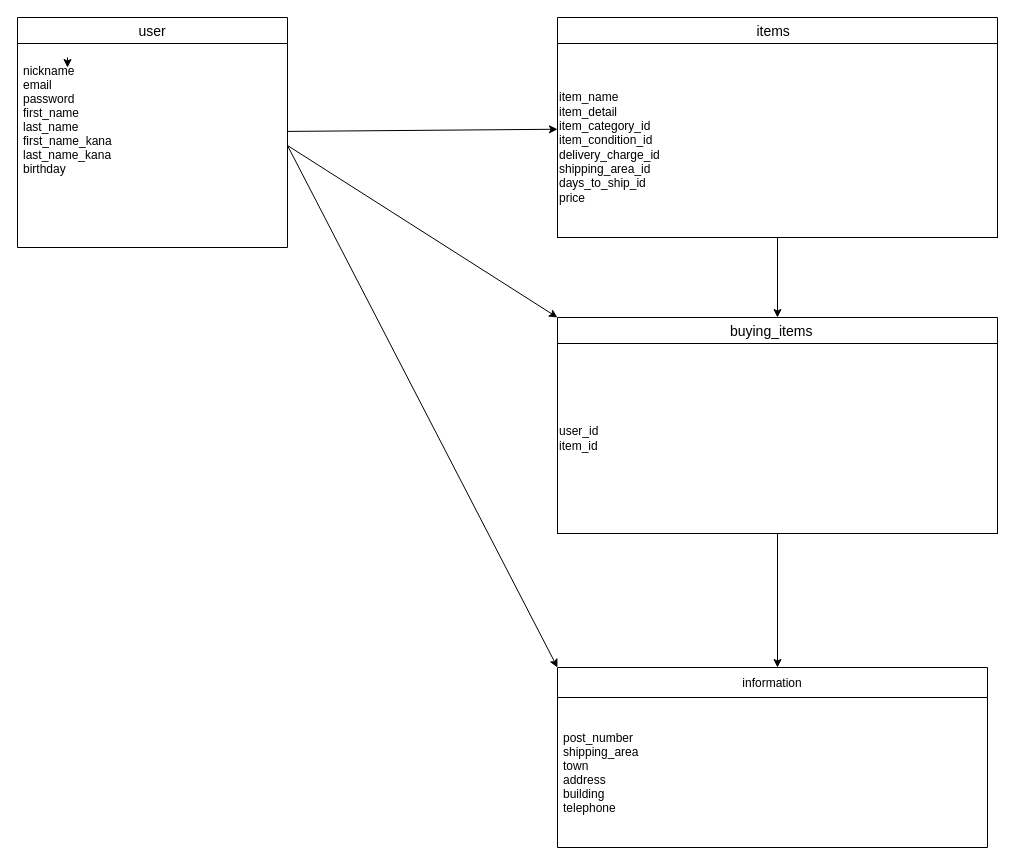
Earlier version of the draw.io diagram test.dio (kakaricho3156/furima-38130). Source tidied: cells renumbered, new cells numbered last; positions are measured from the earlier drawing's top-left corner, leaving out a move shared by most shapes. Both pictures are drawn from the tidied source at 100%, with x=0, y=0 at pixel (17, 17).
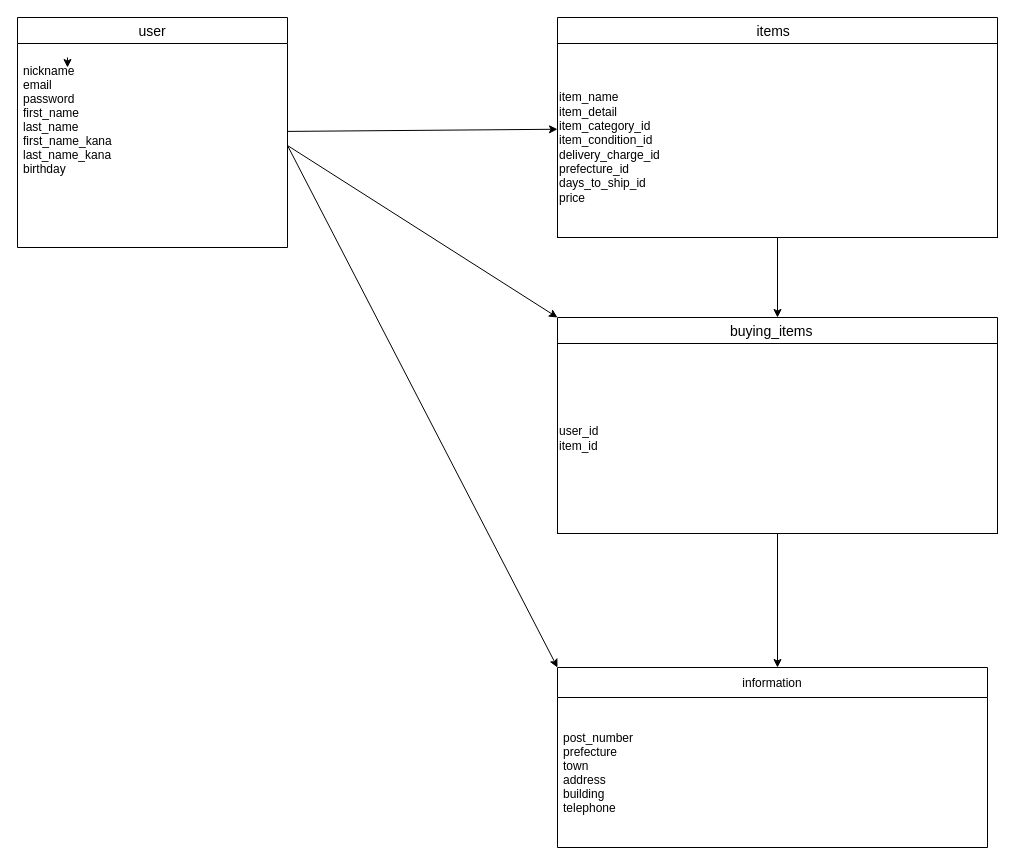
The same page after the edit.

The edit, as a diff of the source:
```diff
@@
 <mxGraphModel>
   <root>
     <mxCell id="0" />
     <mxCell id="1" parent="0" />
     <mxCell id="2" style="edgeStyle=none;html=1;exitX=0.5;exitY=1;exitDx=0;exitDy=0;" parent="1" edge="1">
       <mxGeometry relative="1" as="geometry">
         <mxPoint x="50" y="40" as="sourcePoint" />
         <mxPoint x="50" y="50" as="targetPoint" />
       </mxGeometry>
     </mxCell>
     <mxCell id="3" style="edgeStyle=none;html=1;" parent="1" edge="1" source="4" target="7">
       <mxGeometry relative="1" as="geometry" />
     </mxCell>
     <mxCell id="4" value="user" style="swimlane;fontStyle=0;horizontal=1;startSize=26;align=center;fontSize=14;" parent="1" vertex="1">
       <mxGeometry width="270" height="230" as="geometry" />
     </mxCell>
     <mxCell id="5" value="&#10;nickname&#10;email&#10;password&#10;first_name&#10;last_name&#10;first_name_kana&#10;last_name_kana&#10;birthday" style="text;strokeColor=none;fillColor=none;spacingLeft=4;spacingRight=4;overflow=hidden;points=[[0,0.5],[1,0.5]];portConstraint=eastwest;fontSize=12;" parent="4" vertex="1">
       <mxGeometry y="26" width="270" height="204" as="geometry" />
     </mxCell>
     <mxCell id="6" style="edgeStyle=none;html=1;" parent="1" edge="1" source="7" target="9">
       <mxGeometry relative="1" as="geometry" />
     </mxCell>
     <mxCell id="7" value="items  " style="swimlane;fontStyle=0;horizontal=1;startSize=26;align=center;fontSize=14;" parent="1" vertex="1">
       <mxGeometry x="540" width="440" height="220" as="geometry" />
     </mxCell>
-    <mxCell id="8" value="&lt;br&gt;item_name&lt;br&gt;item_detail&lt;br&gt;item_category_id&lt;br&gt;item_condition_id&lt;br&gt;delivery_charge_id&lt;br&gt;shipping_area_id&lt;br&gt;days_to_ship_id&lt;br&gt;price" style="whiteSpace=wrap;html=1;align=left;" parent="7" vertex="1">
+    <mxCell id="8" value="&lt;br&gt;item_name&lt;br&gt;item_detail&lt;br&gt;item_category_id&lt;br&gt;item_condition_id&lt;br&gt;delivery_charge_id&lt;br&gt;prefecture_id&lt;br&gt;days_to_ship_id&lt;br&gt;price" style="whiteSpace=wrap;html=1;align=left;" parent="7" vertex="1">
       <mxGeometry y="26" width="440" height="194" as="geometry" />
     </mxCell>
     <mxCell id="9" value="buying_items   " style="swimlane;fontStyle=0;horizontal=1;startSize=26;align=center;fontSize=14;" parent="1" vertex="1">
       <mxGeometry x="540" y="300" width="440" height="216" as="geometry" />
     </mxCell>
     <mxCell id="10" value="user_id&lt;br&gt;item_id" style="whiteSpace=wrap;html=1;align=left;" parent="9" vertex="1">
       <mxGeometry y="26" width="440" height="190" as="geometry" />
     </mxCell>
     <mxCell id="11" style="edgeStyle=none;html=1;" parent="1" edge="1" source="10">
       <mxGeometry relative="1" as="geometry">
         <mxPoint x="760" y="650" as="targetPoint" />
       </mxGeometry>
     </mxCell>
     <mxCell id="12" style="edgeStyle=none;html=1;exitX=1;exitY=0.5;exitDx=0;exitDy=0;entryX=0;entryY=0;entryDx=0;entryDy=0;" parent="1" edge="1" source="5" target="9">
       <mxGeometry relative="1" as="geometry" />
     </mxCell>
     <mxCell id="13" style="edgeStyle=none;html=1;exitX=1;exitY=0.5;exitDx=0;exitDy=0;entryX=0;entryY=0;entryDx=0;entryDy=0;" parent="1" edge="1" source="5">
       <mxGeometry relative="1" as="geometry">
         <mxPoint x="540" y="650" as="targetPoint" />
       </mxGeometry>
     </mxCell>
     <mxCell id="14" value="information" style="swimlane;fontStyle=0;horizontal=1;startSize=30;" parent="1" vertex="1">
       <mxGeometry x="540" y="650" width="430" height="180" as="geometry" />
     </mxCell>
-    <mxCell id="15" value="post_number&#10;shipping_area&#10;town&#10;address&#10;building&#10;telephone" style="text;strokeColor=none;fillColor=none;align=left;verticalAlign=middle;spacingLeft=4;spacingRight=4;overflow=hidden;" parent="14" vertex="1">
+    <mxCell id="15" value="post_number&#10;prefecture&#10;town&#10;address&#10;building&#10;telephone" style="text;strokeColor=none;fillColor=none;align=left;verticalAlign=middle;spacingLeft=4;spacingRight=4;overflow=hidden;" parent="14" vertex="1">
       <mxGeometry y="30" width="430" height="150" as="geometry" />
     </mxCell>
   </root>
 </mxGraphModel>
```
